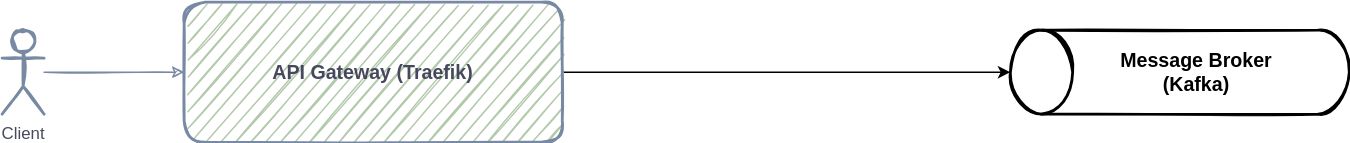
The draw.io diagram microservices.drawio.svg in vahidzafari/microservice-design, before a commit. Source tidied: cells renumbered, new cells last; positions are measured from the earlier drawing's top-left corner, leaving out a move shared by most shapes.
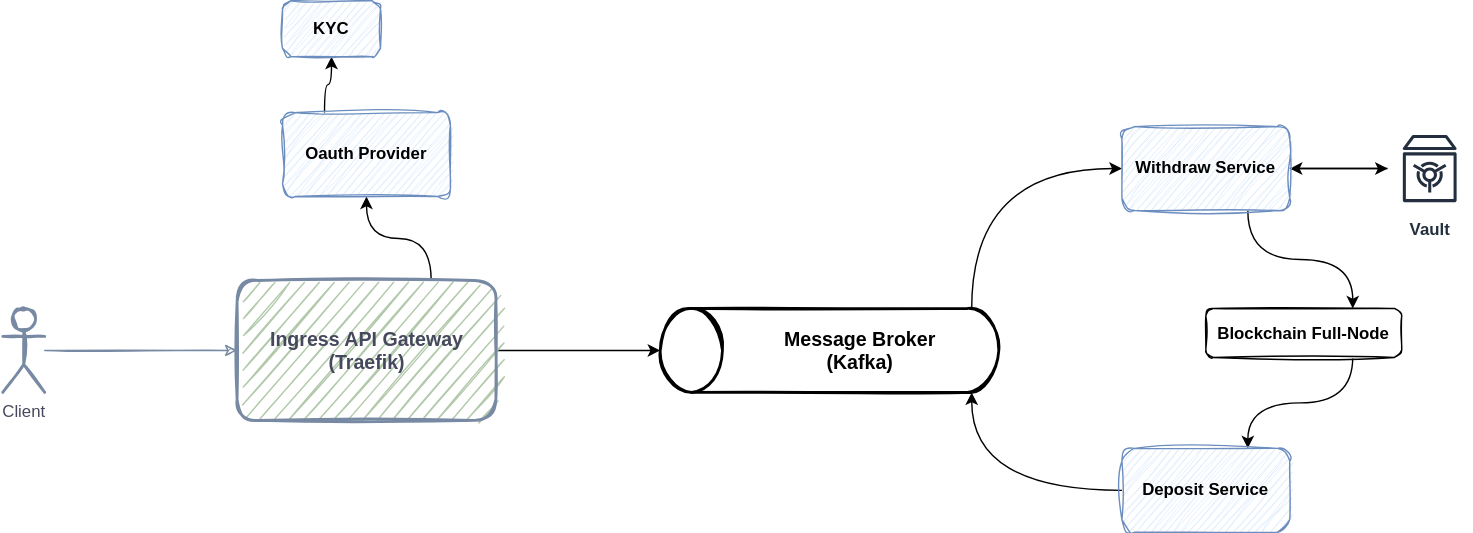
After the commit.

What changed in the source:
```diff
@@ -5,20 +5,62 @@
     <mxCell id="2" style="edgeStyle=orthogonalEdgeStyle;rounded=0;jettySize=auto;html=1;" parent="1" edge="1" source="3" target="6">
       <mxGeometry relative="1" as="geometry" />
     </mxCell>
+    <mxCell id="8" style="edgeStyle=orthogonalEdgeStyle;curved=1;jettySize=auto;html=1;exitX=0.75;exitY=0;exitDx=0;exitDy=0;" parent="1" edge="1" source="3" target="20">
+      <mxGeometry relative="1" as="geometry" />
+    </mxCell>
-    <mxCell id="3" value="&lt;b&gt;&lt;font style=&quot;font-size: 14px;&quot;&gt;API Gateway (Traefik) &lt;br&gt;&lt;/font&gt;&lt;/b&gt;" style="rounded=1;whiteSpace=wrap;html=1;sketch=1;fillColor=#B2C9AB;strokeColor=#788AA3;strokeWidth=2;glass=0;shadow=0;fontColor=#46495D;" parent="1" vertex="1">
-      <mxGeometry x="130" width="270" height="100" as="geometry" />
+    <mxCell id="3" value="&lt;b&gt;&lt;font style=&quot;font-size: 14px;&quot;&gt;Ingress API Gateway (Traefik)&lt;br&gt;&lt;/font&gt;&lt;/b&gt;" style="rounded=1;whiteSpace=wrap;html=1;sketch=1;fillColor=#B2C9AB;strokeColor=#788AA3;strokeWidth=2;glass=0;shadow=0;fontColor=#46495D;" parent="1" vertex="1">
+      <mxGeometry x="257.5" width="185" height="100" as="geometry" />
     </mxCell>
     <mxCell id="4" style="edgeStyle=orthogonalEdgeStyle;rounded=1;jettySize=auto;html=1;sketch=1;strokeColor=#788AA3;fontColor=#46495D;" parent="1" edge="1" source="5" target="3">
       <mxGeometry relative="1" as="geometry" />
     </mxCell>
     <mxCell id="5" value="&lt;div&gt;Client&lt;/div&gt;" style="shape=umlActor;verticalLabelPosition=bottom;verticalAlign=top;html=1;shadow=0;glass=0;sketch=1;strokeWidth=2;fillColor=none;strokeColor=#788AA3;fontColor=#46495D;rounded=1;" parent="1" vertex="1">
-      <mxGeometry y="20" width="30" height="60" as="geometry" />
+      <mxGeometry x="90" y="20" width="30" height="60" as="geometry" />
     </mxCell>
+    <mxCell id="9" style="edgeStyle=orthogonalEdgeStyle;rounded=0;jettySize=auto;html=1;exitX=0.08;exitY=1;exitDx=0;exitDy=0;exitPerimeter=0;entryX=0;entryY=0.5;entryDx=0;entryDy=0;curved=1;" parent="1" edge="1" source="6" target="14">
+      <mxGeometry relative="1" as="geometry" />
+    </mxCell>
     <mxCell id="6" style="strokeWidth=2;html=1;shape=mxgraph.flowchart.direct_data;whiteSpace=wrap;sketch=1;fontSize=14;rotation=-180;" parent="1" vertex="1">
-      <mxGeometry x="720" y="20" width="242" height="60" as="geometry" />
+      <mxGeometry x="560" y="20" width="242" height="60" as="geometry" />
     </mxCell>
     <mxCell id="7" value="Message Broker (Kafka)" style="text;html=1;strokeColor=none;fillColor=none;align=center;verticalAlign=middle;whiteSpace=wrap;rounded=0;sketch=1;strokeWidth=2;fontSize=14;fontStyle=1;" parent="1" vertex="1">
-      <mxGeometry x="788" y="35" width="130" height="30" as="geometry" />
+      <mxGeometry x="638" y="35" width="130" height="30" as="geometry" />
     </mxCell>
+    <mxCell id="10" style="edgeStyle=orthogonalEdgeStyle;curved=1;jettySize=auto;html=1;entryX=1;entryY=0.5;entryDx=0;entryDy=0;" parent="1" edge="1" source="11" target="14">
+      <mxGeometry relative="1" as="geometry" />
+    </mxCell>
+    <mxCell id="11" value="Vault" style="sketch=0;outlineConnect=0;fontColor=#232F3E;gradientColor=none;strokeColor=#232F3E;fillColor=#ffffff;dashed=0;verticalLabelPosition=bottom;verticalAlign=top;align=center;html=1;fontSize=12;fontStyle=1;shape=mxgraph.aws4.resourceIcon;resIcon=mxgraph.aws4.vault;" parent="1" vertex="1">
+      <mxGeometry x="1080" y="-110" width="60" height="60" as="geometry" />
+    </mxCell>
+    <mxCell id="12" style="edgeStyle=orthogonalEdgeStyle;jettySize=auto;html=1;exitX=1;exitY=0.5;exitDx=0;exitDy=0;curved=1;" parent="1" edge="1" source="14" target="11">
+      <mxGeometry relative="1" as="geometry" />
+    </mxCell>
+    <mxCell id="13" style="edgeStyle=orthogonalEdgeStyle;curved=1;rounded=0;jettySize=auto;html=1;exitX=0.75;exitY=1;exitDx=0;exitDy=0;entryX=0.75;entryY=0;entryDx=0;entryDy=0;" parent="1" edge="1" source="14" target="16">
+      <mxGeometry relative="1" as="geometry" />
+    </mxCell>
+    <mxCell id="14" value="Withdraw Service" style="rounded=1;whiteSpace=wrap;html=1;sketch=1;curveFitting=1;jiggle=2;fillColor=#dae8fc;strokeColor=#6c8ebf;fontStyle=1;" parent="1" vertex="1">
+      <mxGeometry x="890" y="-110" width="120" height="60" as="geometry" />
+    </mxCell>
+    <mxCell id="15" style="edgeStyle=orthogonalEdgeStyle;curved=1;jettySize=auto;html=1;exitX=0.75;exitY=1;exitDx=0;exitDy=0;entryX=0.75;entryY=0;entryDx=0;entryDy=0;" parent="1" edge="1" source="16" target="18">
+      <mxGeometry relative="1" as="geometry" />
+    </mxCell>
+    <mxCell id="16" value="Blockchain Full-Node" style="rounded=1;whiteSpace=wrap;html=1;sketch=1;fontStyle=1;" parent="1" vertex="1">
+      <mxGeometry x="950" y="20" width="140" height="35" as="geometry" />
+    </mxCell>
+    <mxCell id="17" style="edgeStyle=orthogonalEdgeStyle;curved=1;jettySize=auto;html=1;exitX=0;exitY=0.5;exitDx=0;exitDy=0;entryX=0.08;entryY=0;entryDx=0;entryDy=0;entryPerimeter=0;" parent="1" edge="1" source="18" target="6">
+      <mxGeometry relative="1" as="geometry" />
+    </mxCell>
+    <mxCell id="18" value="Deposit Service" style="rounded=1;whiteSpace=wrap;html=1;sketch=1;curveFitting=1;jiggle=2;fillColor=#dae8fc;strokeColor=#6c8ebf;fontStyle=1;" parent="1" vertex="1">
+      <mxGeometry x="890" y="120" width="120" height="60" as="geometry" />
+    </mxCell>
+    <mxCell id="19" style="edgeStyle=orthogonalEdgeStyle;curved=1;jettySize=auto;html=1;exitX=0.25;exitY=0;exitDx=0;exitDy=0;entryX=0.5;entryY=1;entryDx=0;entryDy=0;" parent="1" edge="1" source="20" target="21">
+      <mxGeometry relative="1" as="geometry" />
+    </mxCell>
+    <mxCell id="20" value="Oauth Provider" style="rounded=1;whiteSpace=wrap;html=1;sketch=1;curveFitting=1;jiggle=2;fillColor=#dae8fc;strokeColor=#6c8ebf;fontStyle=1;" parent="1" vertex="1">
+      <mxGeometry x="290" y="-120" width="120" height="60" as="geometry" />
+    </mxCell>
+    <mxCell id="21" value="KYC" style="rounded=1;whiteSpace=wrap;html=1;sketch=1;curveFitting=1;jiggle=2;fillColor=#dae8fc;strokeColor=#6c8ebf;fontStyle=1;" parent="1" vertex="1">
+      <mxGeometry x="290" y="-200" width="70" height="40" as="geometry" />
+    </mxCell>
   </root>
 </mxGraphModel>
```
